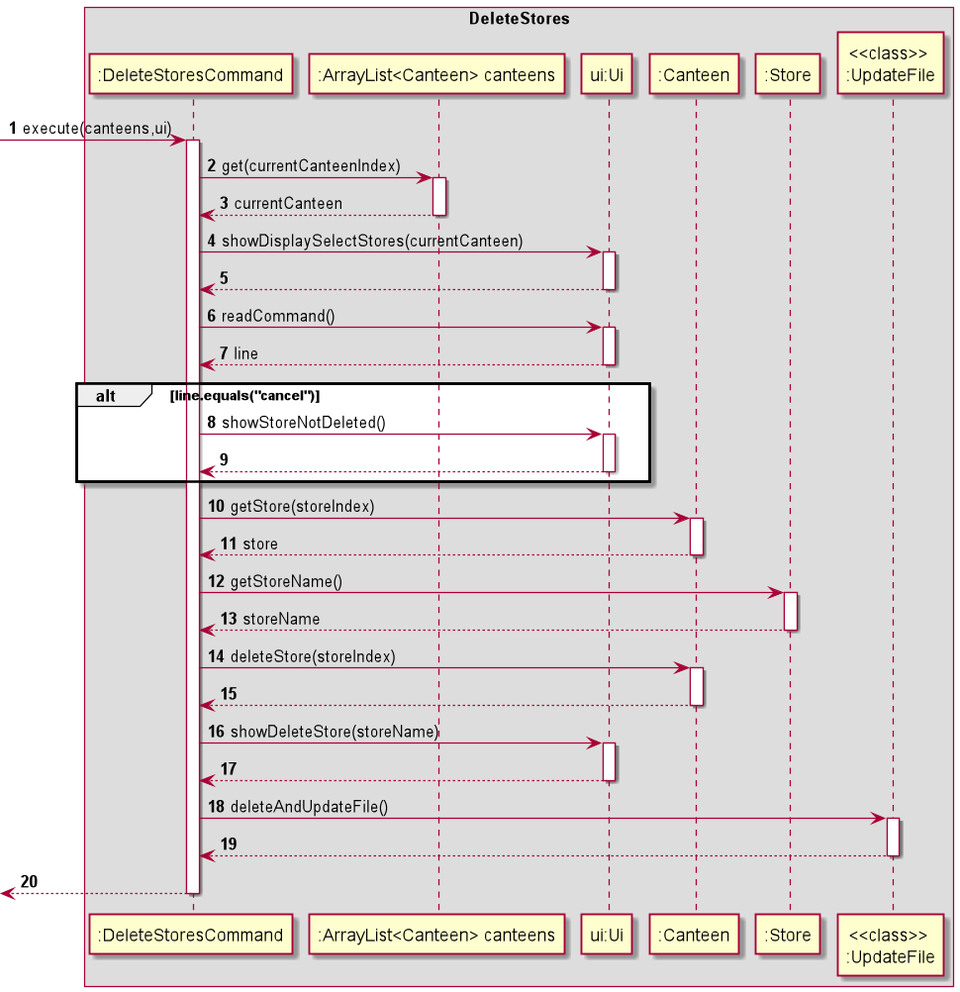
Earlier version of the PlantUML export docs/img/DeleteStore.png (nagiteja/tp). Source of this version:
```plantuml
@startuml

autonumber
box DeleteStores


->":DeleteStoresCommand": execute(canteens,ui)
activate ":DeleteStoresCommand"
    ":DeleteStoresCommand"->":ArrayList<Canteen> canteens":get(currentCanteenIndex)
    activate ":ArrayList<Canteen> canteens"
    ":ArrayList<Canteen> canteens"-->":DeleteStoresCommand":currentCanteen
    deactivate ":ArrayList<Canteen> canteens"
    ":DeleteStoresCommand"->"ui:Ui":showDisplaySelectStores(currentCanteen)
    activate "ui:Ui"
    "ui:Ui"-->":DeleteStoresCommand"
    deactivate "ui:Ui"
    ":DeleteStoresCommand"->"ui:Ui":readCommand()
    activate "ui:Ui"
    "ui:Ui"-->":DeleteStoresCommand":line
    deactivate "ui:Ui"
    alt line.equals("cancel")
        ":DeleteStoresCommand"->"ui:Ui":showStoreNotDeleted()
        activate "ui:Ui"
        "ui:Ui"-->":DeleteStoresCommand"
        deactivate "ui:Ui"
    end
    ":DeleteStoresCommand"->":Canteen":getStore(storeIndex)
    activate ":Canteen"
    ":Canteen"-->":DeleteStoresCommand":store
    deactivate ":Canteen"
    ":DeleteStoresCommand"->":Store":getStoreName()
    activate ":Store"
    ":Store" --> ":DeleteStoresCommand": storeName
    deactivate ":Store"
    ":DeleteStoresCommand"->":Canteen":deleteStore(storeIndex)
    activate ":Canteen"
    ":Canteen"-->":DeleteStoresCommand"
    deactivate ":Canteen"
    ":DeleteStoresCommand"->"ui:Ui":showDeleteStore(storeName)
    activate "ui:Ui"
    "ui:Ui"-->":DeleteStoresCommand"
    deactivate "ui:Ui"
    ":DeleteStoresCommand"->"<<class>> \n:UpdateFile":deleteAndUpdateFile()
    activate "<<class>> \n:UpdateFile"
    "<<class>> \n:UpdateFile" -->":DeleteStoresCommand"
    deactivate "<<class>> \n:UpdateFile"
<--":DeleteStoresCommand"
deactivate ":DeleteStoresCommand"
@enduml
```
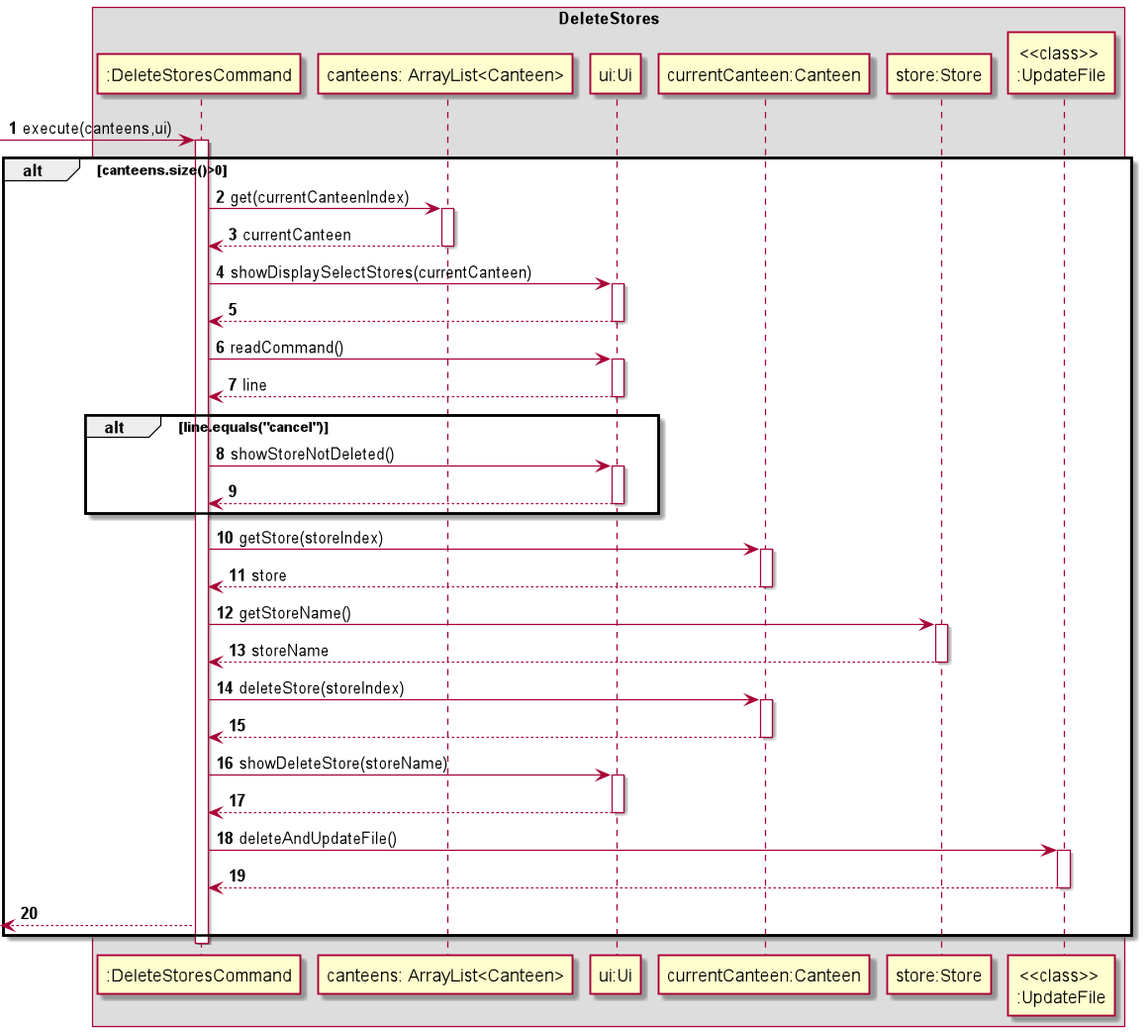
Later version of the same file.

Commit message:
add javadoc to read reviews, delete reviews, delete store

Change to the diagram source:
```diff
@@ -6,10 +6,11 @@
 
 ->":DeleteStoresCommand": execute(canteens,ui)
 activate ":DeleteStoresCommand"
-    ":DeleteStoresCommand"->":ArrayList<Canteen> canteens":get(currentCanteenIndex)
-    activate ":ArrayList<Canteen> canteens"
-    ":ArrayList<Canteen> canteens"-->":DeleteStoresCommand":currentCanteen
-    deactivate ":ArrayList<Canteen> canteens"
+alt canteens.size()>0
+    ":DeleteStoresCommand"->"canteens: ArrayList<Canteen>":get(currentCanteenIndex)
+    activate "canteens: ArrayList<Canteen>"
+    "canteens: ArrayList<Canteen>"-->":DeleteStoresCommand":currentCanteen
+    deactivate "canteens: ArrayList<Canteen>"
     ":DeleteStoresCommand"->"ui:Ui":showDisplaySelectStores(currentCanteen)
     activate "ui:Ui"
     "ui:Ui"-->":DeleteStoresCommand"
@@ -24,18 +25,18 @@
         "ui:Ui"-->":DeleteStoresCommand"
         deactivate "ui:Ui"
     end
-    ":DeleteStoresCommand"->":Canteen":getStore(storeIndex)
-    activate ":Canteen"
-    ":Canteen"-->":DeleteStoresCommand":store
-    deactivate ":Canteen"
-    ":DeleteStoresCommand"->":Store":getStoreName()
-    activate ":Store"
-    ":Store" --> ":DeleteStoresCommand": storeName
-    deactivate ":Store"
-    ":DeleteStoresCommand"->":Canteen":deleteStore(storeIndex)
-    activate ":Canteen"
-    ":Canteen"-->":DeleteStoresCommand"
-    deactivate ":Canteen"
+    ":DeleteStoresCommand"->"currentCanteen:Canteen":getStore(storeIndex)
+    activate "currentCanteen:Canteen"
+    "currentCanteen:Canteen"-->":DeleteStoresCommand":store
+    deactivate "currentCanteen:Canteen"
+    ":DeleteStoresCommand"->"store:Store":getStoreName()
+    activate "store:Store"
+    "store:Store" --> ":DeleteStoresCommand": storeName
+    deactivate "store:Store"
+    ":DeleteStoresCommand"->"currentCanteen:Canteen":deleteStore(storeIndex)
+    activate "currentCanteen:Canteen"
+    "currentCanteen:Canteen"-->":DeleteStoresCommand"
+    deactivate "currentCanteen:Canteen"
     ":DeleteStoresCommand"->"ui:Ui":showDeleteStore(storeName)
     activate "ui:Ui"
     "ui:Ui"-->":DeleteStoresCommand"
@@ -45,5 +46,6 @@
     "<<class>> \n:UpdateFile" -->":DeleteStoresCommand"
     deactivate "<<class>> \n:UpdateFile"
 <--":DeleteStoresCommand"
+end
 deactivate ":DeleteStoresCommand"
 @enduml
```
